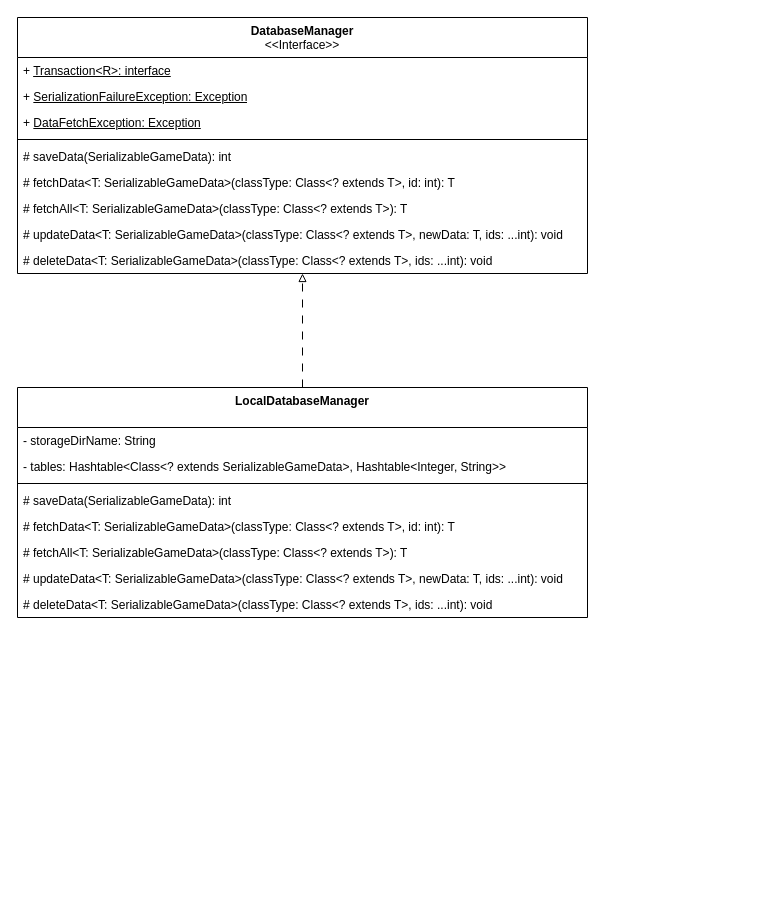
Earlier version of the draw.io diagram page "DatabaseManager" (3 of 3) of JavaRiceUML.drawio (TLEV6500/CSIT228-F2_Capstone_JavaRice). Source tidied: cells renumbered, new cells numbered last; positions are measured from the earlier drawing's top-left corner, leaving out a move shared by most shapes. Both pictures are drawn from the tidied source at 100%, with x=0, y=0 at pixel (17, 17).
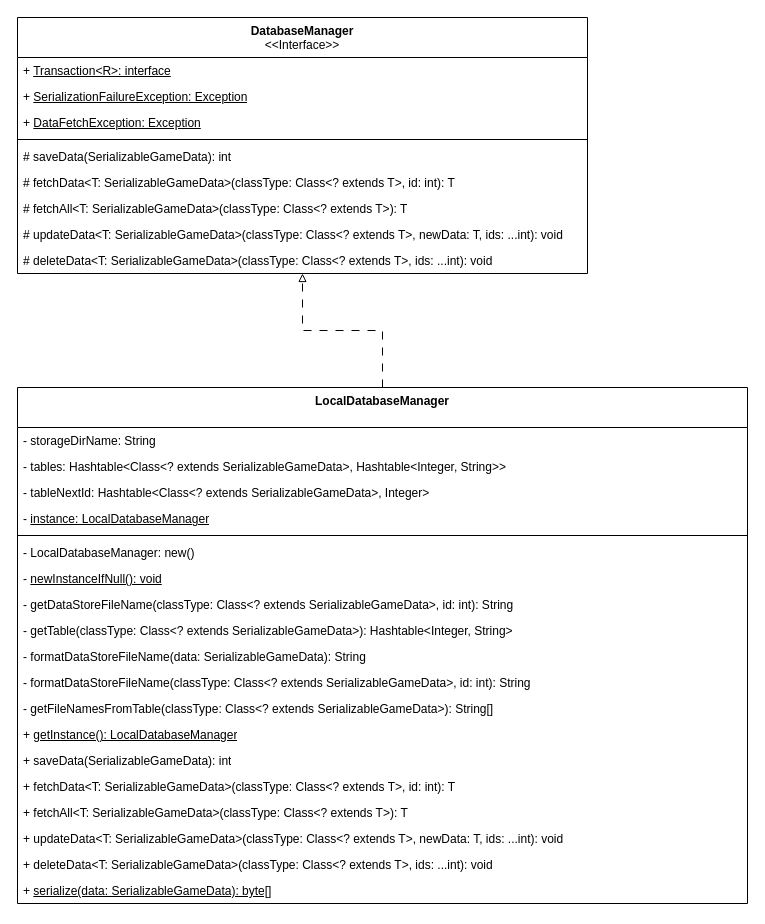
After the change.

The edit, as a diff of the source:
```diff
@@
     <mxCell id="13" value="LocalDatabaseManager" style="swimlane;fontStyle=1;align=center;verticalAlign=top;horizontal=1;startSize=40;whiteSpace=wrap;html=1;" parent="1" vertex="1">
-      <mxGeometry y="370" width="570" height="230" as="geometry" />
+      <mxGeometry y="370" width="730" height="516" as="geometry" />
     </mxCell>
     <mxCell id="14" value="- storageDirName: String" style="text;strokeColor=none;fillColor=none;align=left;verticalAlign=top;spacingLeft=4;spacingRight=4;overflow=hidden;whiteSpace=wrap;html=1;fontStyle=0;" parent="13" vertex="1">
-      <mxGeometry y="40" width="570" height="26" as="geometry" />
+      <mxGeometry y="40" width="730" height="26" as="geometry" />
     </mxCell>
     <mxCell id="15" value="- tables: Hashtable&amp;lt;Class&amp;lt;? extends SerializableGameData&amp;gt;, Hashtable&amp;lt;Integer, String&amp;gt;&amp;gt;" style="text;strokeColor=none;fillColor=none;align=left;verticalAlign=top;spacingLeft=4;spacingRight=4;overflow=hidden;whiteSpace=wrap;html=1;fontStyle=0;" parent="13" vertex="1">
-      <mxGeometry y="66" width="570" height="26" as="geometry" />
+      <mxGeometry y="66" width="730" height="26" as="geometry" />
     </mxCell>
+    <mxCell id="22" value="- tableNextId:&amp;nbsp;Hashtable&amp;lt;Class&amp;lt;? extends SerializableGameData&amp;gt;, Integer&amp;gt;" style="text;strokeColor=none;fillColor=none;align=left;verticalAlign=top;spacingLeft=4;spacingRight=4;overflow=hidden;whiteSpace=wrap;html=1;fontStyle=0;" parent="13" vertex="1">
+      <mxGeometry y="92" width="730" height="26" as="geometry" />
+    </mxCell>
+    <mxCell id="23" value="- &lt;u&gt;instance: LocalDatabaseManager&lt;/u&gt;" style="text;strokeColor=none;fillColor=none;align=left;verticalAlign=top;spacingLeft=4;spacingRight=4;overflow=hidden;whiteSpace=wrap;html=1;fontStyle=0;" parent="13" vertex="1">
+      <mxGeometry y="118" width="730" height="26" as="geometry" />
+    </mxCell>
     <mxCell id="16" style="line;strokeWidth=1;fillColor=none;align=left;verticalAlign=middle;spacingTop=-1;spacingLeft=3;spacingRight=3;labelPosition=right;strokeColor=inherit;" parent="13" vertex="1">
-      <mxGeometry y="92" width="570" height="8" as="geometry" />
+      <mxGeometry y="144" width="730" height="8" as="geometry" />
     </mxCell>
+    <mxCell id="24" value="- LocalDatabaseManager: new()" style="text;strokeColor=none;fillColor=none;align=left;verticalAlign=top;spacingLeft=4;spacingRight=4;overflow=hidden;whiteSpace=wrap;html=1;" parent="13" vertex="1">
+      <mxGeometry y="152" width="730" height="26" as="geometry" />
+    </mxCell>
+    <mxCell id="25" value="- &lt;u&gt;newInstanceIfNull(): void&lt;/u&gt;" style="text;strokeColor=none;fillColor=none;align=left;verticalAlign=top;spacingLeft=4;spacingRight=4;overflow=hidden;whiteSpace=wrap;html=1;" parent="13" vertex="1">
+      <mxGeometry y="178" width="730" height="26" as="geometry" />
+    </mxCell>
+    <mxCell id="26" value="-&amp;nbsp;getDataStoreFileName(classType: Class&amp;lt;? extends SerializableGameData&amp;gt;, id: int): String" style="text;strokeColor=none;fillColor=none;align=left;verticalAlign=top;spacingLeft=4;spacingRight=4;overflow=hidden;whiteSpace=wrap;html=1;" parent="13" vertex="1">
+      <mxGeometry y="204" width="730" height="26" as="geometry" />
+    </mxCell>
+    <mxCell id="27" value="- getTable(classType: Class&amp;lt;? extends SerializableGameData&amp;gt;): Hashtable&amp;lt;Integer, String&amp;gt;" style="text;strokeColor=none;fillColor=none;align=left;verticalAlign=top;spacingLeft=4;spacingRight=4;overflow=hidden;whiteSpace=wrap;html=1;" parent="13" vertex="1">
+      <mxGeometry y="230" width="730" height="26" as="geometry" />
+    </mxCell>
+    <mxCell id="28" value="- formatDataStoreFileName(data: SerializableGameData): String" style="text;strokeColor=none;fillColor=none;align=left;verticalAlign=top;spacingLeft=4;spacingRight=4;overflow=hidden;whiteSpace=wrap;html=1;" parent="13" vertex="1">
+      <mxGeometry y="256" width="730" height="26" as="geometry" />
+    </mxCell>
+    <mxCell id="29" value="- formatDataStoreFileName(classType: Class&amp;lt;? extends SerializableGameData&amp;gt;, id: int): String" style="text;strokeColor=none;fillColor=none;align=left;verticalAlign=top;spacingLeft=4;spacingRight=4;overflow=hidden;whiteSpace=wrap;html=1;" parent="13" vertex="1">
+      <mxGeometry y="282" width="730" height="26" as="geometry" />
+    </mxCell>
+    <mxCell id="30" value="- getFileNamesFromTable(classType: Class&amp;lt;? extends SerializableGameData&amp;gt;): String[]" style="text;strokeColor=none;fillColor=none;align=left;verticalAlign=top;spacingLeft=4;spacingRight=4;overflow=hidden;whiteSpace=wrap;html=1;" parent="13" vertex="1">
+      <mxGeometry y="308" width="730" height="26" as="geometry" />
+    </mxCell>
+    <mxCell id="31" value="+ &lt;u&gt;getInstance(): LocalDatabaseManager&lt;/u&gt;" style="text;strokeColor=none;fillColor=none;align=left;verticalAlign=top;spacingLeft=4;spacingRight=4;overflow=hidden;whiteSpace=wrap;html=1;" parent="13" vertex="1">
+      <mxGeometry y="334" width="730" height="26" as="geometry" />
+    </mxCell>
-    <mxCell id="17" value="# saveData(SerializableGameData): int" style="text;strokeColor=none;fillColor=none;align=left;verticalAlign=top;spacingLeft=4;spacingRight=4;overflow=hidden;whiteSpace=wrap;html=1;" parent="13" vertex="1">
-      <mxGeometry y="100" width="570" height="26" as="geometry" />
+    <mxCell id="17" value="+ saveData(SerializableGameData): int" style="text;strokeColor=none;fillColor=none;align=left;verticalAlign=top;spacingLeft=4;spacingRight=4;overflow=hidden;whiteSpace=wrap;html=1;" parent="13" vertex="1">
+      <mxGeometry y="360" width="730" height="26" as="geometry" />
     </mxCell>
-    <mxCell id="18" value="# fetchData&amp;lt;T: SerializableGameData&amp;gt;(classType: Class&amp;lt;? extends T&amp;gt;, id: int): T" style="text;strokeColor=none;fillColor=none;align=left;verticalAlign=top;spacingLeft=4;spacingRight=4;overflow=hidden;whiteSpace=wrap;html=1;" parent="13" vertex="1">
-      <mxGeometry y="126" width="570" height="26" as="geometry" />
+    <mxCell id="18" value="+ fetchData&amp;lt;T: SerializableGameData&amp;gt;(classType: Class&amp;lt;? extends T&amp;gt;, id: int): T" style="text;strokeColor=none;fillColor=none;align=left;verticalAlign=top;spacingLeft=4;spacingRight=4;overflow=hidden;whiteSpace=wrap;html=1;" parent="13" vertex="1">
+      <mxGeometry y="386" width="730" height="26" as="geometry" />
     </mxCell>
-    <mxCell id="19" value="# fetchAll&amp;lt;T: SerializableGameData&amp;gt;(classType: Class&amp;lt;? extends T&amp;gt;): T" style="text;strokeColor=none;fillColor=none;align=left;verticalAlign=top;spacingLeft=4;spacingRight=4;overflow=hidden;whiteSpace=wrap;html=1;" parent="13" vertex="1">
-      <mxGeometry y="152" width="570" height="26" as="geometry" />
+    <mxCell id="19" value="+ fetchAll&amp;lt;T: SerializableGameData&amp;gt;(classType: Class&amp;lt;? extends T&amp;gt;): T" style="text;strokeColor=none;fillColor=none;align=left;verticalAlign=top;spacingLeft=4;spacingRight=4;overflow=hidden;whiteSpace=wrap;html=1;" parent="13" vertex="1">
+      <mxGeometry y="412" width="730" height="26" as="geometry" />
     </mxCell>
-    <mxCell id="20" value="# updateData&amp;lt;T: SerializableGameData&amp;gt;(classType: Class&amp;lt;? extends T&amp;gt;, newData: T, ids: ...int): void" style="text;strokeColor=none;fillColor=none;align=left;verticalAlign=top;spacingLeft=4;spacingRight=4;overflow=hidden;whiteSpace=wrap;html=1;" parent="13" vertex="1">
-      <mxGeometry y="178" width="570" height="26" as="geometry" />
+    <mxCell id="20" value="+ updateData&amp;lt;T: SerializableGameData&amp;gt;(classType: Class&amp;lt;? extends T&amp;gt;, newData: T, ids: ...int): void" style="text;strokeColor=none;fillColor=none;align=left;verticalAlign=top;spacingLeft=4;spacingRight=4;overflow=hidden;whiteSpace=wrap;html=1;" parent="13" vertex="1">
+      <mxGeometry y="438" width="730" height="26" as="geometry" />
     </mxCell>
-    <mxCell id="21" value="# deleteData&amp;lt;T: SerializableGameData&amp;gt;(classType: Class&amp;lt;? extends T&amp;gt;, ids: ...int): void" style="text;strokeColor=none;fillColor=none;align=left;verticalAlign=top;spacingLeft=4;spacingRight=4;overflow=hidden;whiteSpace=wrap;html=1;" parent="13" vertex="1">
-      <mxGeometry y="204" width="570" height="26" as="geometry" />
+    <mxCell id="21" value="+ deleteData&amp;lt;T: SerializableGameData&amp;gt;(classType: Class&amp;lt;? extends T&amp;gt;, ids: ...int): void" style="text;strokeColor=none;fillColor=none;align=left;verticalAlign=top;spacingLeft=4;spacingRight=4;overflow=hidden;whiteSpace=wrap;html=1;" parent="13" vertex="1">
+      <mxGeometry y="464" width="730" height="26" as="geometry" />
     </mxCell>
+    <mxCell id="32" value="+ &lt;u&gt;serialize(data: SerializableGameData): byte[]&lt;/u&gt;" style="text;strokeColor=none;fillColor=none;align=left;verticalAlign=top;spacingLeft=4;spacingRight=4;overflow=hidden;whiteSpace=wrap;html=1;" parent="13" vertex="1">
+      <mxGeometry y="490" width="730" height="26" as="geometry" />
+    </mxCell>
```
